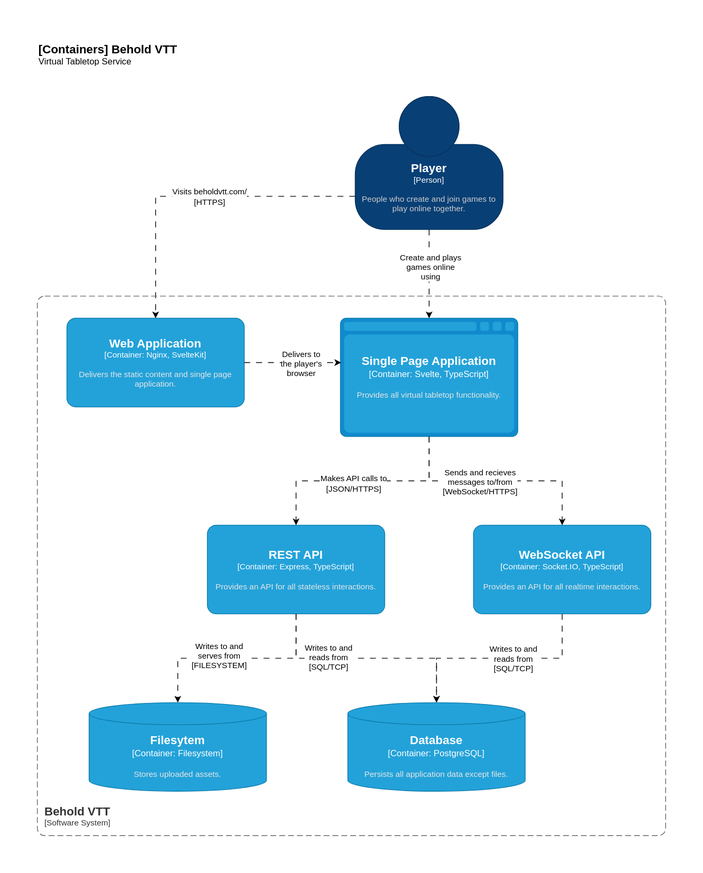
The draw.io diagram doc/images/c4-containers.drawio.svg in freeborough/behold, before a commit. Source tidied: cells renumbered, new cells last; positions are measured from the earlier drawing's top-left corner, leaving out a move shared by most shapes. Its diagram source:
```xml
<mxGraphModel>
  <root>
    <mxCell id="0" />
    <mxCell id="1" parent="0" />
    <object id="2" label="&lt;font style=&quot;font-size: 16px&quot;&gt;&lt;b&gt;%c4Name%&lt;/b&gt;&lt;/font&gt;&lt;div&gt;[%c4Type%]&lt;/div&gt;&lt;br&gt;&lt;div&gt;&lt;font style=&quot;font-size: 11px&quot;&gt;&lt;font color=&quot;#cccccc&quot;&gt;%c4Description%&lt;/font&gt;&lt;/div&gt;" c4Description="People who create and join games to play online together." c4Name="Player" c4Type="Person" placeholders="1">
      <mxCell style="html=1;fontSize=11;dashed=0;whiteSpace=wrap;fillColor=#083F75;strokeColor=#06315C;fontColor=#ffffff;shape=mxgraph.c4.person2;align=center;points=[[0.5,0,0],[1,0.5,0],[1,0.75,0],[0.75,1,0],[0.5,1,0],[0.25,1,0],[0,0.75,0],[0,0.5,0]];" parent="1" vertex="1">
        <mxGeometry x="430" y="80" width="200" height="180" as="geometry" />
      </mxCell>
    </object>
    <object id="3" label="&lt;font style=&quot;font-size: 16px&quot;&gt;&lt;b&gt;&lt;div style=&quot;text-align: left&quot;&gt;%c4Name%&lt;/div&gt;&lt;/b&gt;&lt;/font&gt;&lt;div style=&quot;text-align: left&quot;&gt;%c4Description%&lt;/div&gt;" c4Description="Virtual Tabletop Service" c4Name="[Containers] Behold VTT" c4Type="ContainerDiagramTitle" placeholders="1">
      <mxCell style="text;html=1;strokeColor=none;fillColor=none;align=left;verticalAlign=top;whiteSpace=wrap;rounded=0;" parent="1" vertex="1">
        <mxGeometry width="260" height="40" as="geometry" />
      </mxCell>
    </object>
    <mxCell id="4" style="edgeStyle=orthogonalEdgeStyle;rounded=0;jettySize=auto;html=1;exitX=0.5;exitY=1;exitDx=0;exitDy=0;exitPerimeter=0;dashed=1;dashPattern=8 8;" parent="1" edge="1" source="6" target="10">
      <mxGeometry relative="1" as="geometry" />
    </mxCell>
    <mxCell id="5" value="Sends and recieves&lt;br&gt;messages to/from&lt;br&gt;[WebSocket/HTTPS]" style="edgeLabel;html=1;align=center;verticalAlign=middle;" parent="4" vertex="1">
      <mxGeometry x="-0.15" y="-1" relative="1" as="geometry" />
    </mxCell>
    <object id="6" label="&lt;font style=&quot;font-size: 16px&quot;&gt;&lt;b&gt;%c4Name%&lt;/b&gt;&lt;/font&gt;&lt;div&gt;[%c4Type%:&amp;nbsp;%c4Technology%]&lt;/div&gt;&lt;br&gt;&lt;div&gt;&lt;font style=&quot;font-size: 11px&quot;&gt;&lt;font color=&quot;#E6E6E6&quot;&gt;%c4Description%&lt;/font&gt;&lt;/div&gt;" c4Description="Provides all virtual tabletop functionality." c4Name="Single Page Application" c4Technology="Svelte, TypeScript" c4Type="Container" placeholders="1">
      <mxCell style="shape=mxgraph.c4.webBrowserContainer2;whiteSpace=wrap;html=1;boundedLbl=1;rounded=0;labelBackgroundColor=none;strokeColor=#118ACD;fillColor=#23A2D9;strokeColor=#118ACD;strokeColor2=#0E7DAD;fontSize=12;fontColor=#ffffff;align=center;points=[[0.5,0,0],[1,0.25,0],[1,0.5,0],[1,0.75,0],[0.5,1,0],[0,0.75,0],[0,0.5,0],[0,0.25,0]];" parent="1" vertex="1">
        <mxGeometry x="410" y="380" width="240" height="160" as="geometry" />
      </mxCell>
    </object>
    <object id="7" label="&lt;font style=&quot;font-size: 16px&quot;&gt;&lt;b&gt;%c4Name%&lt;/b&gt;&lt;/font&gt;&lt;div&gt;[%c4Type%:&amp;nbsp;%c4Technology%]&lt;/div&gt;&lt;br&gt;&lt;div&gt;&lt;font style=&quot;font-size: 11px&quot;&gt;&lt;font color=&quot;#E6E6E6&quot;&gt;%c4Description%&lt;/font&gt;&lt;/div&gt;" c4Description="Persists all application data except files." c4Name="Database" c4Technology="PostgreSQL" c4Type="Container" placeholders="1">
      <mxCell style="shape=cylinder3;size=15;whiteSpace=wrap;html=1;boundedLbl=1;rounded=0;labelBackgroundColor=none;fillColor=#23A2D9;fontSize=12;fontColor=#ffffff;align=center;strokeColor=#0E7DAD;points=[[0.5,0,0],[1,0.25,0],[1,0.5,0],[1,0.75,0],[0.5,1,0],[0,0.75,0],[0,0.5,0],[0,0.25,0]];" parent="1" vertex="1">
        <mxGeometry x="420" y="900" width="240" height="120" as="geometry" />
      </mxCell>
    </object>
    <object id="8" label="&lt;font style=&quot;font-size: 16px&quot;&gt;&lt;b&gt;%c4Name%&lt;/b&gt;&lt;/font&gt;&lt;div&gt;[%c4Type%:&amp;nbsp;%c4Technology%]&lt;/div&gt;&lt;br&gt;&lt;div&gt;&lt;font style=&quot;font-size: 11px&quot;&gt;&lt;font color=&quot;#E6E6E6&quot;&gt;%c4Description%&lt;/font&gt;&lt;/div&gt;" c4Description="Stores uploaded assets." c4Name="Filesytem" c4Technology="Filesystem" c4Type="Container" placeholders="1">
      <mxCell style="shape=cylinder3;size=15;whiteSpace=wrap;html=1;boundedLbl=1;rounded=0;labelBackgroundColor=none;fillColor=#23A2D9;fontSize=12;fontColor=#ffffff;align=center;strokeColor=#0E7DAD;points=[[0.5,0,0],[1,0.25,0],[1,0.5,0],[1,0.75,0],[0.5,1,0],[0,0.75,0],[0,0.5,0],[0,0.25,0]];" parent="1" vertex="1">
        <mxGeometry x="70" y="900" width="240" height="120" as="geometry" />
      </mxCell>
    </object>
    <object id="9" label="&lt;font style=&quot;font-size: 16px&quot;&gt;&lt;b&gt;%c4Name%&lt;/b&gt;&lt;/font&gt;&lt;div&gt;[%c4Type%: %c4Technology%]&lt;/div&gt;&lt;br&gt;&lt;div&gt;&lt;font style=&quot;font-size: 11px&quot;&gt;&lt;font color=&quot;#E6E6E6&quot;&gt;%c4Description%&lt;/font&gt;&lt;/div&gt;" c4Description="Provides an API for all stateless interactions." c4Name="REST API" c4Technology="Express, TypeScript" c4Type="Container" placeholders="1">
      <mxCell style="rounded=1;whiteSpace=wrap;html=1;fontSize=11;labelBackgroundColor=none;fillColor=#23A2D9;fontColor=#ffffff;align=center;arcSize=10;strokeColor=#0E7DAD;points=[[0.25,0,0],[0.5,0,0],[0.75,0,0],[1,0.25,0],[1,0.5,0],[1,0.75,0],[0.75,1,0],[0.5,1,0],[0.25,1,0],[0,0.75,0],[0,0.5,0],[0,0.25,0]];" parent="1" vertex="1">
        <mxGeometry x="230" y="660" width="240" height="120" as="geometry" />
      </mxCell>
    </object>
    <object id="10" label="&lt;font style=&quot;font-size: 16px&quot;&gt;&lt;b&gt;%c4Name%&lt;/b&gt;&lt;/font&gt;&lt;div&gt;[%c4Type%: %c4Technology%]&lt;/div&gt;&lt;br&gt;&lt;div&gt;&lt;font style=&quot;font-size: 11px&quot;&gt;&lt;font color=&quot;#E6E6E6&quot;&gt;%c4Description%&lt;/font&gt;&lt;/div&gt;" c4Description="Provides an API for all realtime interactions." c4Name="WebSocket API" c4Technology="Socket.IO, TypeScript" c4Type="Container" placeholders="1">
      <mxCell style="rounded=1;whiteSpace=wrap;html=1;fontSize=11;labelBackgroundColor=none;fillColor=#23A2D9;fontColor=#ffffff;align=center;arcSize=10;strokeColor=#0E7DAD;points=[[0.25,0,0],[0.5,0,0],[0.75,0,0],[1,0.25,0],[1,0.5,0],[1,0.75,0],[0.75,1,0],[0.5,1,0],[0.25,1,0],[0,0.75,0],[0,0.5,0],[0,0.25,0]];" parent="1" vertex="1">
        <mxGeometry x="590" y="660" width="240" height="120" as="geometry" />
      </mxCell>
    </object>
    <object id="11" label="&lt;font style=&quot;font-size: 16px&quot;&gt;&lt;b&gt;%c4Name%&lt;/b&gt;&lt;/font&gt;&lt;div&gt;[%c4Type%: %c4Technology%]&lt;/div&gt;&lt;br&gt;&lt;div&gt;&lt;font style=&quot;font-size: 11px&quot;&gt;&lt;font color=&quot;#E6E6E6&quot;&gt;%c4Description%&lt;/font&gt;&lt;/div&gt;" c4Description="Delivers the static content and single page application." c4Name="Web Application" c4Technology="Nginx, SvelteKit" c4Type="Container" placeholders="1">
      <mxCell style="rounded=1;whiteSpace=wrap;html=1;fontSize=11;labelBackgroundColor=none;fillColor=#23A2D9;fontColor=#ffffff;align=center;arcSize=10;strokeColor=#0E7DAD;points=[[0.25,0,0],[0.5,0,0],[0.75,0,0],[1,0.25,0],[1,0.5,0],[1,0.75,0],[0.75,1,0],[0.5,1,0],[0.25,1,0],[0,0.75,0],[0,0.5,0],[0,0.25,0]];" parent="1" vertex="1">
        <mxGeometry x="40" y="380" width="240" height="120" as="geometry" />
      </mxCell>
    </object>
    <mxCell id="12" style="edgeStyle=orthogonalEdgeStyle;rounded=0;jettySize=auto;html=1;exitX=0;exitY=0.75;exitDx=0;exitDy=0;exitPerimeter=0;entryX=0.5;entryY=0;entryDx=0;entryDy=0;entryPerimeter=0;dashed=1;dashPattern=8 8;" parent="1" edge="1" source="2" target="11">
      <mxGeometry relative="1" as="geometry">
        <Array as="points">
          <mxPoint x="160" y="215" />
        </Array>
      </mxGeometry>
    </mxCell>
    <mxCell id="13" value="Visits beholdvtt.com/&lt;br&gt;[HTTPS]" style="edgeLabel;html=1;align=center;verticalAlign=middle;" parent="12" vertex="1">
      <mxGeometry x="-0.09" relative="1" as="geometry" />
    </mxCell>
    <mxCell id="14" style="edgeStyle=orthogonalEdgeStyle;rounded=0;jettySize=auto;html=1;exitX=1;exitY=0.5;exitDx=0;exitDy=0;exitPerimeter=0;entryX=0.004;entryY=0.375;entryDx=0;entryDy=0;entryPerimeter=0;dashed=1;dashPattern=8 8;" parent="1" edge="1" source="11" target="6">
      <mxGeometry relative="1" as="geometry" />
    </mxCell>
    <mxCell id="15" value="Delivers to&lt;br&gt;the player's&lt;br&gt;browser" style="edgeLabel;html=1;align=center;verticalAlign=middle;" parent="14" vertex="1">
      <mxGeometry x="0.16" y="-1" relative="1" as="geometry" />
    </mxCell>
    <mxCell id="16" style="edgeStyle=orthogonalEdgeStyle;rounded=0;jettySize=auto;html=1;exitX=0.5;exitY=1;exitDx=0;exitDy=0;exitPerimeter=0;entryX=0.5;entryY=0;entryDx=0;entryDy=0;entryPerimeter=0;dashed=1;dashPattern=8 8;" parent="1" edge="1" source="2" target="6">
      <mxGeometry relative="1" as="geometry" />
    </mxCell>
    <mxCell id="17" value="Create and plays&lt;br&gt;games online&lt;br&gt;using" style="edgeLabel;html=1;align=center;verticalAlign=middle;" parent="16" vertex="1">
      <mxGeometry x="-0.17" y="1" relative="1" as="geometry" />
    </mxCell>
    <mxCell id="18" style="edgeStyle=orthogonalEdgeStyle;rounded=0;jettySize=auto;html=1;exitX=0.5;exitY=1;exitDx=0;exitDy=0;exitPerimeter=0;entryX=0.5;entryY=0;entryDx=0;entryDy=0;entryPerimeter=0;dashed=1;dashPattern=8 8;" parent="1" edge="1" source="6" target="9">
      <mxGeometry relative="1" as="geometry" />
    </mxCell>
    <mxCell id="19" value="Makes API calls to&lt;br&gt;[JSON/HTTPS]" style="edgeLabel;html=1;align=center;verticalAlign=middle;" parent="18" vertex="1">
      <mxGeometry x="0.09" y="3" relative="1" as="geometry" />
    </mxCell>
    <mxCell id="20" style="edgeStyle=orthogonalEdgeStyle;rounded=0;jettySize=auto;html=1;exitX=0.5;exitY=1;exitDx=0;exitDy=0;exitPerimeter=0;entryX=0.5;entryY=0;entryDx=0;entryDy=0;entryPerimeter=0;dashed=1;dashPattern=8 8;" parent="1" edge="1" source="10" target="7">
      <mxGeometry relative="1" as="geometry" />
    </mxCell>
    <mxCell id="21" value="Writes to and&lt;br&gt;reads from&lt;br&gt;[SQL/TCP]" style="edgeLabel;html=1;align=center;verticalAlign=middle;" parent="20" vertex="1">
      <mxGeometry x="-0.12" relative="1" as="geometry" />
    </mxCell>
    <mxCell id="22" style="edgeStyle=orthogonalEdgeStyle;rounded=0;jettySize=auto;html=1;exitX=0.5;exitY=1;exitDx=0;exitDy=0;exitPerimeter=0;entryX=0.5;entryY=0;entryDx=0;entryDy=0;entryPerimeter=0;dashed=1;dashPattern=8 8;" parent="1" edge="1" source="9" target="7">
      <mxGeometry relative="1" as="geometry" />
    </mxCell>
    <mxCell id="23" value="Writes to and&lt;br&gt;reads from&lt;br&gt;[SQL/TCP]" style="edgeLabel;html=1;align=center;verticalAlign=middle;" parent="22" vertex="1">
      <mxGeometry x="-0.34" y="2" relative="1" as="geometry" />
    </mxCell>
    <mxCell id="24" style="edgeStyle=orthogonalEdgeStyle;rounded=0;jettySize=auto;html=1;exitX=0.5;exitY=1;exitDx=0;exitDy=0;exitPerimeter=0;entryX=0.5;entryY=0;entryDx=0;entryDy=0;entryPerimeter=0;dashed=1;dashPattern=8 8;" parent="1" edge="1" source="9" target="8">
      <mxGeometry relative="1" as="geometry" />
    </mxCell>
    <mxCell id="25" value="Writes to and&lt;br&gt;serves from&lt;br&gt;[FILESYSTEM]" style="edgeLabel;html=1;align=center;verticalAlign=middle;" parent="24" vertex="1">
      <mxGeometry x="0.18" y="-4" relative="1" as="geometry" />
    </mxCell>
    <object id="26" label="&lt;font style=&quot;font-size: 16px&quot;&gt;&lt;b&gt;&lt;div style=&quot;text-align: left&quot;&gt;%c4Name%&lt;/div&gt;&lt;/b&gt;&lt;/font&gt;&lt;div style=&quot;text-align: left&quot;&gt;[%c4Application%]&lt;/div&gt;" c4Application="Software System" c4Name="Behold VTT" c4Type="SystemScopeBoundary" placeholders="1">
      <mxCell style="rounded=1;fontSize=11;whiteSpace=wrap;html=1;dashed=1;arcSize=20;fillColor=none;strokeColor=#666666;fontColor=#333333;labelBackgroundColor=none;align=left;verticalAlign=bottom;labelBorderColor=none;spacingTop=0;spacing=10;dashPattern=8 4;perimeter=rectanglePerimeter;noLabel=0;labelPadding=0;absoluteArcSize=1;" parent="1" vertex="1">
        <mxGeometry y="350" width="850" height="730" as="geometry" />
      </mxCell>
    </object>
  </root>
</mxGraphModel>
```
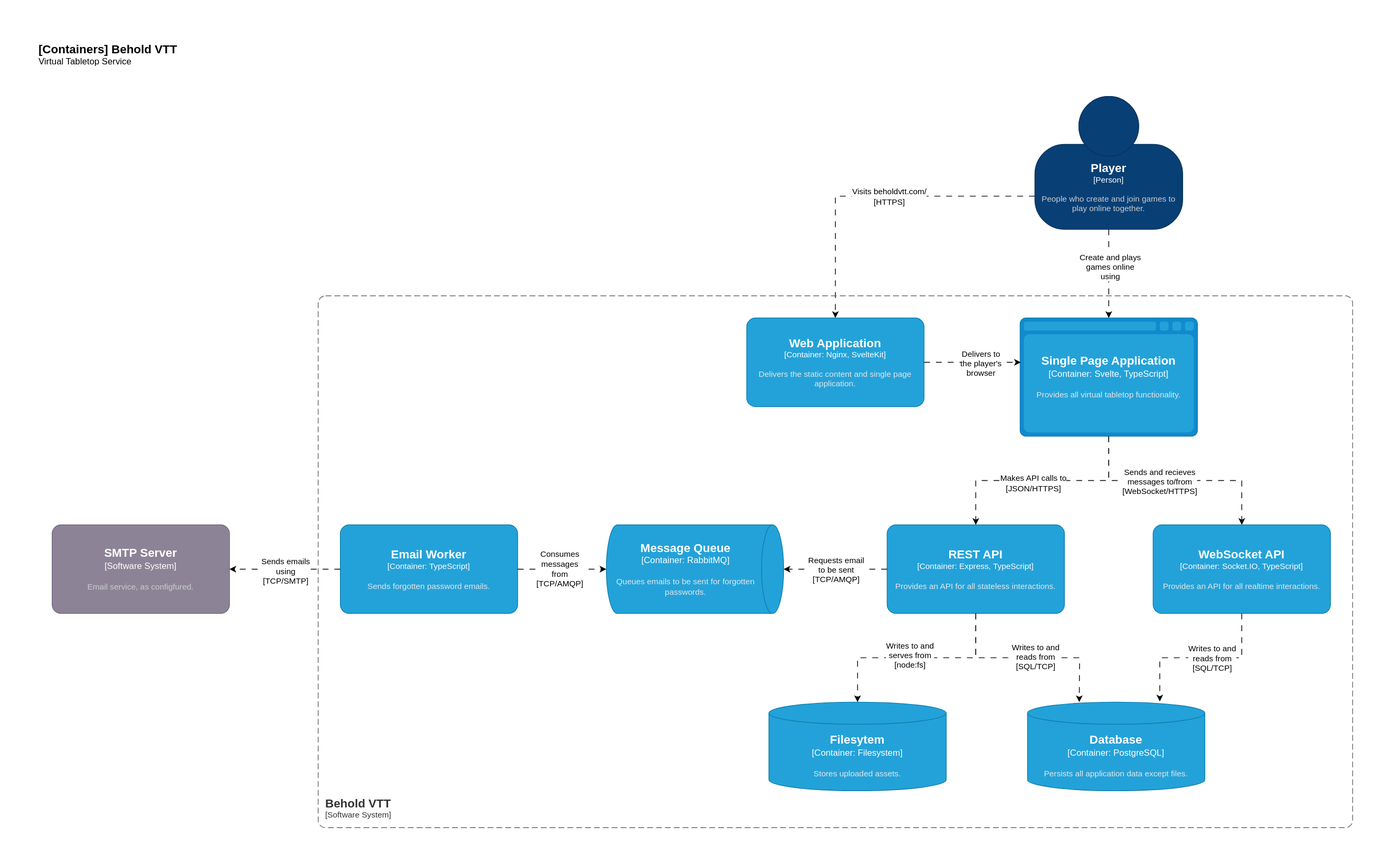
After the commit.

Commit message:
Updated architecture to include sending emails.

Diff of the diagram source:
```diff
@@ -9,7 +9,7 @@
     </object>
     <object id="3" label="&lt;font style=&quot;font-size: 16px&quot;&gt;&lt;b&gt;&lt;div style=&quot;text-align: left&quot;&gt;%c4Name%&lt;/div&gt;&lt;/b&gt;&lt;/font&gt;&lt;div style=&quot;text-align: left&quot;&gt;%c4Description%&lt;/div&gt;" c4Description="Virtual Tabletop Service" c4Name="[Containers] Behold VTT" c4Type="ContainerDiagramTitle" placeholders="1">
       <mxCell style="text;html=1;strokeColor=none;fillColor=none;align=left;verticalAlign=top;whiteSpace=wrap;rounded=0;" parent="1" vertex="1">
-        <mxGeometry width="260" height="40" as="geometry" />
+        <mxGeometry x="-920" width="260" height="40" as="geometry" />
       </mxCell>
     </object>
     <mxCell id="4" style="edgeStyle=orthogonalEdgeStyle;rounded=0;jettySize=auto;html=1;exitX=0.5;exitY=1;exitDx=0;exitDy=0;exitPerimeter=0;dashed=1;dashPattern=8 8;" parent="1" edge="1" source="6" target="10">
@@ -76,28 +76,69 @@
     <mxCell id="19" value="Makes API calls to&lt;br&gt;[JSON/HTTPS]" style="edgeLabel;html=1;align=center;verticalAlign=middle;" parent="18" vertex="1">
       <mxGeometry x="0.09" y="3" relative="1" as="geometry" />
     </mxCell>
-    <mxCell id="20" style="edgeStyle=orthogonalEdgeStyle;rounded=0;jettySize=auto;html=1;exitX=0.5;exitY=1;exitDx=0;exitDy=0;exitPerimeter=0;entryX=0.5;entryY=0;entryDx=0;entryDy=0;entryPerimeter=0;dashed=1;dashPattern=8 8;" parent="1" edge="1" source="10" target="7">
+    <mxCell id="20" style="edgeStyle=orthogonalEdgeStyle;rounded=0;jettySize=auto;html=1;exitX=0.5;exitY=1;exitDx=0;exitDy=0;exitPerimeter=0;entryX=0.746;entryY=-0.008;entryDx=0;entryDy=0;entryPerimeter=0;dashed=1;dashPattern=8 8;" parent="1" edge="1" source="10" target="7">
       <mxGeometry relative="1" as="geometry" />
     </mxCell>
     <mxCell id="21" value="Writes to and&lt;br&gt;reads from&lt;br&gt;[SQL/TCP]" style="edgeLabel;html=1;align=center;verticalAlign=middle;" parent="20" vertex="1">
       <mxGeometry x="-0.12" relative="1" as="geometry" />
     </mxCell>
-    <mxCell id="22" style="edgeStyle=orthogonalEdgeStyle;rounded=0;jettySize=auto;html=1;exitX=0.5;exitY=1;exitDx=0;exitDy=0;exitPerimeter=0;entryX=0.5;entryY=0;entryDx=0;entryDy=0;entryPerimeter=0;dashed=1;dashPattern=8 8;" parent="1" edge="1" source="9" target="7">
-      <mxGeometry relative="1" as="geometry" />
+    <mxCell id="22" style="edgeStyle=orthogonalEdgeStyle;rounded=0;jettySize=auto;html=1;exitX=0.5;exitY=1;exitDx=0;exitDy=0;exitPerimeter=0;dashed=1;dashPattern=8 8;" parent="1" edge="1" source="9">
+      <mxGeometry relative="1" as="geometry">
+        <mxPoint x="490" y="900" as="targetPoint" />
+      </mxGeometry>
     </mxCell>
     <mxCell id="23" value="Writes to and&lt;br&gt;reads from&lt;br&gt;[SQL/TCP]" style="edgeLabel;html=1;align=center;verticalAlign=middle;" parent="22" vertex="1">
-      <mxGeometry x="-0.34" y="2" relative="1" as="geometry" />
+      <mxGeometry x="-0.34" y="2" relative="1" as="geometry">
+        <mxPoint x="53" as="offset" />
+      </mxGeometry>
     </mxCell>
     <mxCell id="24" style="edgeStyle=orthogonalEdgeStyle;rounded=0;jettySize=auto;html=1;exitX=0.5;exitY=1;exitDx=0;exitDy=0;exitPerimeter=0;entryX=0.5;entryY=0;entryDx=0;entryDy=0;entryPerimeter=0;dashed=1;dashPattern=8 8;" parent="1" edge="1" source="9" target="8">
       <mxGeometry relative="1" as="geometry" />
     </mxCell>
-    <mxCell id="25" value="Writes to and&lt;br&gt;serves from&lt;br&gt;[FILESYSTEM]" style="edgeLabel;html=1;align=center;verticalAlign=middle;" parent="24" vertex="1">
-      <mxGeometry x="0.18" y="-4" relative="1" as="geometry" />
+    <mxCell id="25" value="Writes to and&lt;br&gt;serves from&lt;br&gt;[node:fs]" style="edgeLabel;html=1;align=center;verticalAlign=middle;" parent="24" vertex="1">
+      <mxGeometry x="0.18" y="-4" relative="1" as="geometry">
+        <mxPoint x="15" as="offset" />
+      </mxGeometry>
     </mxCell>
     <object id="26" label="&lt;font style=&quot;font-size: 16px&quot;&gt;&lt;b&gt;&lt;div style=&quot;text-align: left&quot;&gt;%c4Name%&lt;/div&gt;&lt;/b&gt;&lt;/font&gt;&lt;div style=&quot;text-align: left&quot;&gt;[%c4Application%]&lt;/div&gt;" c4Application="Software System" c4Name="Behold VTT" c4Type="SystemScopeBoundary" placeholders="1">
       <mxCell style="rounded=1;fontSize=11;whiteSpace=wrap;html=1;dashed=1;arcSize=20;fillColor=none;strokeColor=#666666;fontColor=#333333;labelBackgroundColor=none;align=left;verticalAlign=bottom;labelBorderColor=none;spacingTop=0;spacing=10;dashPattern=8 4;perimeter=rectanglePerimeter;noLabel=0;labelPadding=0;absoluteArcSize=1;" parent="1" vertex="1">
-        <mxGeometry y="350" width="850" height="730" as="geometry" />
+        <mxGeometry x="-540" y="350" width="1400" height="720" as="geometry" />
       </mxCell>
     </object>
+    <object id="27" label="&lt;font style=&quot;font-size: 16px&quot;&gt;&lt;b&gt;%c4Name%&lt;/b&gt;&lt;/font&gt;&lt;div&gt;[%c4Type%:&amp;nbsp;%c4Technology%]&lt;/div&gt;&lt;br&gt;&lt;div&gt;&lt;font style=&quot;font-size: 11px&quot;&gt;&lt;font color=&quot;#E6E6E6&quot;&gt;%c4Description%&lt;/font&gt;&lt;/div&gt;" c4Description="Queues emails to be sent for forgotten passwords." c4Name="Message Queue" c4Technology="RabbitMQ" c4Type="Container" placeholders="1">
+      <mxCell style="shape=cylinder3;size=15;direction=south;whiteSpace=wrap;html=1;boundedLbl=1;rounded=0;labelBackgroundColor=none;fillColor=#23A2D9;fontSize=12;fontColor=#ffffff;align=center;strokeColor=#0E7DAD;points=[[0.5,0,0],[1,0.25,0],[1,0.5,0],[1,0.75,0],[0.5,1,0],[0,0.75,0],[0,0.5,0],[0,0.25,0]];" parent="1" vertex="1">
+        <mxGeometry x="-150" y="660" width="240" height="120" as="geometry" />
+      </mxCell>
+    </object>
+    <object id="28" label="&lt;font style=&quot;font-size: 16px&quot;&gt;&lt;b&gt;%c4Name%&lt;/b&gt;&lt;/font&gt;&lt;div&gt;[%c4Type%]&lt;/div&gt;&lt;br&gt;&lt;div&gt;&lt;font style=&quot;font-size: 11px&quot;&gt;&lt;font color=&quot;#cccccc&quot;&gt;%c4Description%&lt;/font&gt;&lt;/div&gt;" c4Description="Email service, as configfured." c4Name="SMTP Server" c4Type="Software System" placeholders="1">
+      <mxCell style="rounded=1;whiteSpace=wrap;html=1;labelBackgroundColor=none;fillColor=#8C8496;fontColor=#ffffff;align=center;arcSize=10;strokeColor=#736782;points=[[0.25,0,0],[0.5,0,0],[0.75,0,0],[1,0.25,0],[1,0.5,0],[1,0.75,0],[0.75,1,0],[0.5,1,0],[0.25,1,0],[0,0.75,0],[0,0.5,0],[0,0.25,0]];" parent="1" vertex="1">
+        <mxGeometry x="-900" y="660" width="240" height="120" as="geometry" />
+      </mxCell>
+    </object>
+    <object id="29" label="&lt;font style=&quot;font-size: 16px&quot;&gt;&lt;b&gt;%c4Name%&lt;/b&gt;&lt;/font&gt;&lt;div&gt;[%c4Type%: %c4Technology%]&lt;/div&gt;&lt;br&gt;&lt;div&gt;&lt;font style=&quot;font-size: 11px&quot;&gt;&lt;font color=&quot;#E6E6E6&quot;&gt;%c4Description%&lt;/font&gt;&lt;/div&gt;" c4Description="Sends forgotten password emails." c4Name="Email Worker" c4Technology="TypeScript" c4Type="Container" placeholders="1">
+      <mxCell style="rounded=1;whiteSpace=wrap;html=1;fontSize=11;labelBackgroundColor=none;fillColor=#23A2D9;fontColor=#ffffff;align=center;arcSize=10;strokeColor=#0E7DAD;points=[[0.25,0,0],[0.5,0,0],[0.75,0,0],[1,0.25,0],[1,0.5,0],[1,0.75,0],[0.75,1,0],[0.5,1,0],[0.25,1,0],[0,0.75,0],[0,0.5,0],[0,0.25,0]];" parent="1" vertex="1">
+        <mxGeometry x="-510" y="660" width="240" height="120" as="geometry" />
+      </mxCell>
+    </object>
+    <mxCell id="30" style="edgeStyle=orthogonalEdgeStyle;rounded=0;jettySize=auto;html=1;exitX=0;exitY=0.5;exitDx=0;exitDy=0;exitPerimeter=0;entryX=0.5;entryY=0;entryDx=0;entryDy=0;entryPerimeter=0;dashed=1;dashPattern=8 8;" parent="1" edge="1" source="9" target="27">
+      <mxGeometry relative="1" as="geometry" />
+    </mxCell>
+    <mxCell id="31" value="Requests email&lt;br&gt;to be sent&lt;br&gt;[TCP/AMQP]" style="edgeLabel;html=1;align=center;verticalAlign=middle;" parent="30" vertex="1">
+      <mxGeometry x="0.29" y="-2" relative="1" as="geometry">
+        <mxPoint x="20" y="2" as="offset" />
+      </mxGeometry>
+    </mxCell>
+    <mxCell id="32" style="edgeStyle=orthogonalEdgeStyle;rounded=0;jettySize=auto;html=1;exitX=1;exitY=0.5;exitDx=0;exitDy=0;exitPerimeter=0;entryX=0.5;entryY=1;entryDx=0;entryDy=0;entryPerimeter=0;dashed=1;dashPattern=8 8;" parent="1" edge="1" source="29" target="27">
+      <mxGeometry relative="1" as="geometry" />
+    </mxCell>
+    <mxCell id="33" value="Consumes&lt;br&gt;messages&lt;br&gt;from&lt;br&gt;[TCP/AMQP]" style="edgeLabel;html=1;align=center;verticalAlign=middle;" parent="32" vertex="1">
+      <mxGeometry x="-0.07" y="1" relative="1" as="geometry" />
+    </mxCell>
+    <mxCell id="34" style="edgeStyle=orthogonalEdgeStyle;rounded=0;jettySize=auto;html=1;exitX=0;exitY=0.5;exitDx=0;exitDy=0;exitPerimeter=0;entryX=1;entryY=0.5;entryDx=0;entryDy=0;entryPerimeter=0;dashed=1;dashPattern=8 8;" parent="1" edge="1" source="29" target="28">
+      <mxGeometry relative="1" as="geometry" />
+    </mxCell>
+    <mxCell id="35" value="Sends emails&lt;br&gt;using&lt;br&gt;[TCP/SMTP]" style="edgeLabel;html=1;align=center;verticalAlign=middle;" parent="34" vertex="1">
+      <mxGeometry y="2" relative="1" as="geometry" />
+    </mxCell>
   </root>
 </mxGraphModel>
```
